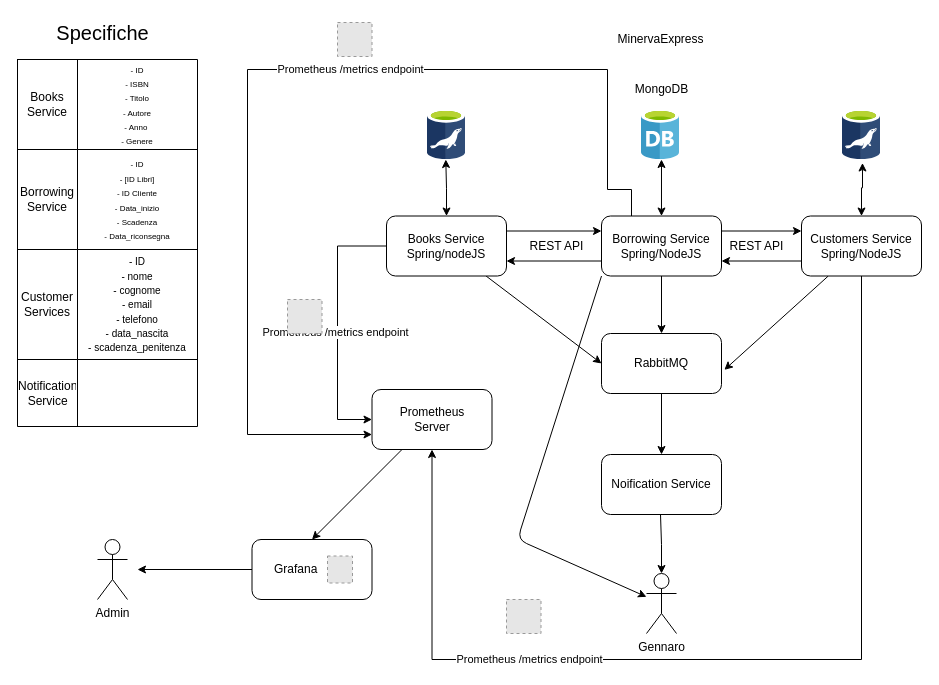
This is MinervaExpress.drawio from Matteo29-mar/Minervarepo, a draw.io file, before an edit. Source tidied: cells renumbered, new cells numbered last; positions are measured from the earlier drawing's top-left corner, leaving out a move shared by most shapes. Both pictures are drawn from the tidied source at 100%, with x=0, y=0 at pixel (17, 17). Pictures stored in the file or linked from it are replaced by grey dashed boxes.
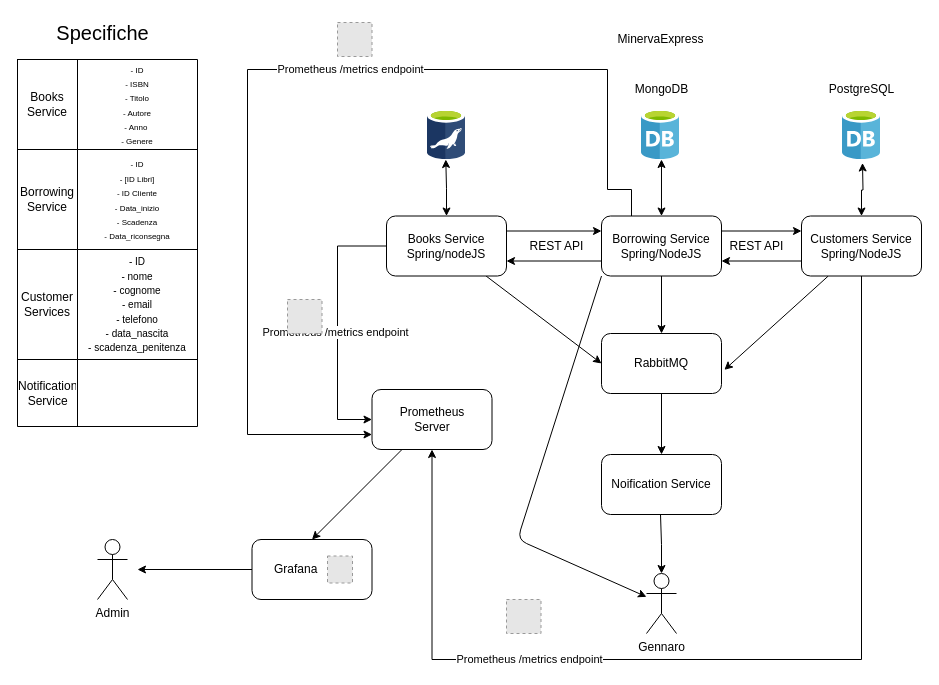
The same diagram, later.

Commit message (it also covers changes not shown here):
- updated diagram - laid base for rabbitmq implementation

Unchanged cells that the change refers to:
```xml
<mxCell id="14" value="Customers Service&lt;br&gt;Spring/NodeJS" style="rounded=1;whiteSpace=wrap;html=1;" parent="1" vertex="1">
  <mxGeometry x="784" y="198.5" width="120" height="60" as="geometry" />
</mxCell>
```

Diff of the diagram source:
```diff
@@
-    <mxCell id="10" style="edgeStyle=orthogonalEdgeStyle;rounded=0;jettySize=auto;html=1;entryX=0.526;entryY=1.07;entryDx=0;entryDy=0;entryPerimeter=0;startArrow=classic;startFill=1;" parent="1" edge="1" source="14" target="27">
-      <mxGeometry relative="1" as="geometry" />
+    <mxCell id="10" style="edgeStyle=orthogonalEdgeStyle;rounded=0;jettySize=auto;html=1;entryX=0.526;entryY=1.07;entryDx=0;entryDy=0;entryPerimeter=0;startArrow=classic;startFill=1;" parent="1" edge="1" source="14">
+      <mxGeometry relative="1" as="geometry">
+        <mxPoint x="845" y="145.5" as="targetPoint" />
+      </mxGeometry>
     </mxCell>
@@
-    <mxCell id="27" style="sketch=0;html=1;points=[];align=center;image;fontSize=12;image=img/lib/mscae/aspect=fixed;html=1;perimeter=none;align=center;shadow=0;dashed=0;image;fontSize=12;image=img/lib/mscae/Azure_Database_for_MariaDB_servers.svg;" parent="1" vertex="1">
-      <mxGeometry x="825" y="92" width="38" height="50" as="geometry" />
-    </mxCell>
@@
+    <mxCell id="57" style="sketch=0;html=1;align=center;image;fontSize=12;image=img/lib/mscae/Database_General.svg;" parent="1" vertex="1">
+      <mxGeometry x="825" y="92" width="38" height="50" as="geometry" />
+    </mxCell>
+    <mxCell id="58" value="PostgreSQL" style="text;html=1;align=center;verticalAlign=middle;strokeColor=none;fillColor=none;" parent="1" vertex="1">
+      <mxGeometry x="804" y="62" width="80" height="20" as="geometry" />
+    </mxCell>
```
